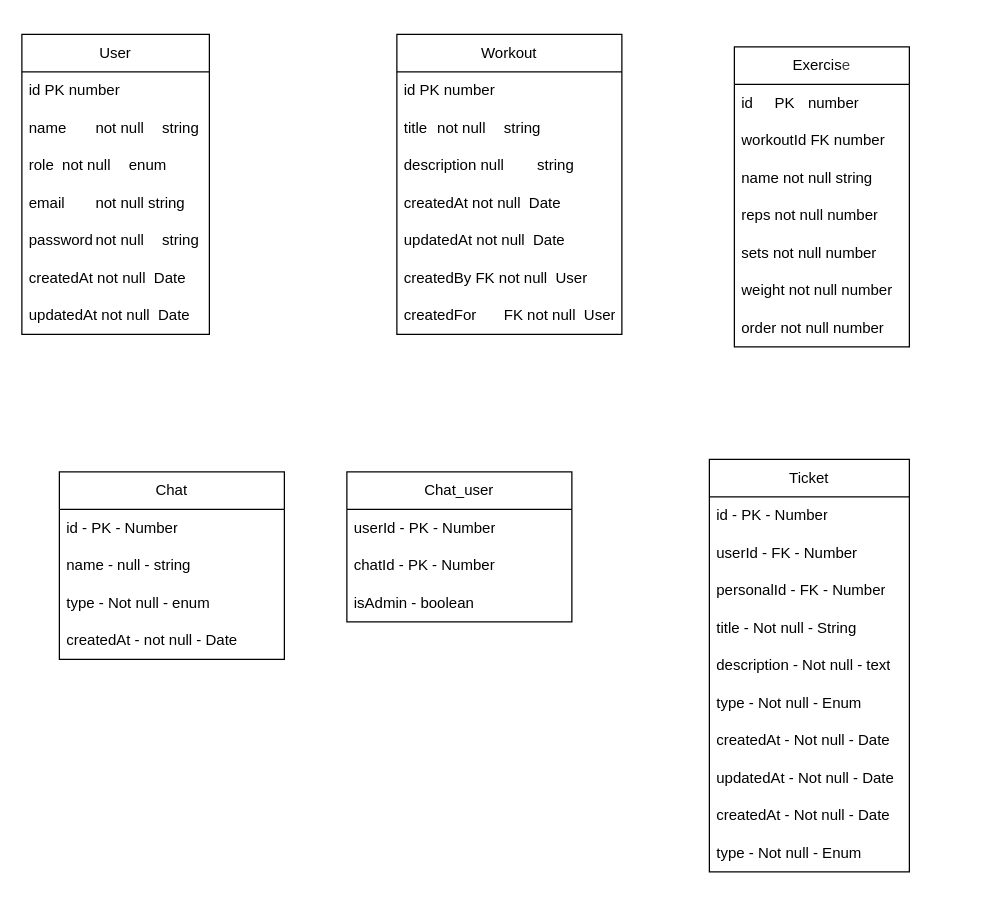
Earlier version of the draw.io diagram backend/gymApp.drawio (ArthurArlaxy/ThinkFit). Source tidied: cells renumbered, new cells numbered last; positions are measured from the earlier drawing's top-left corner, leaving out a move shared by most shapes. Both pictures are drawn from the tidied source at 125%, with x=0, y=0 at pixel (21, 34).
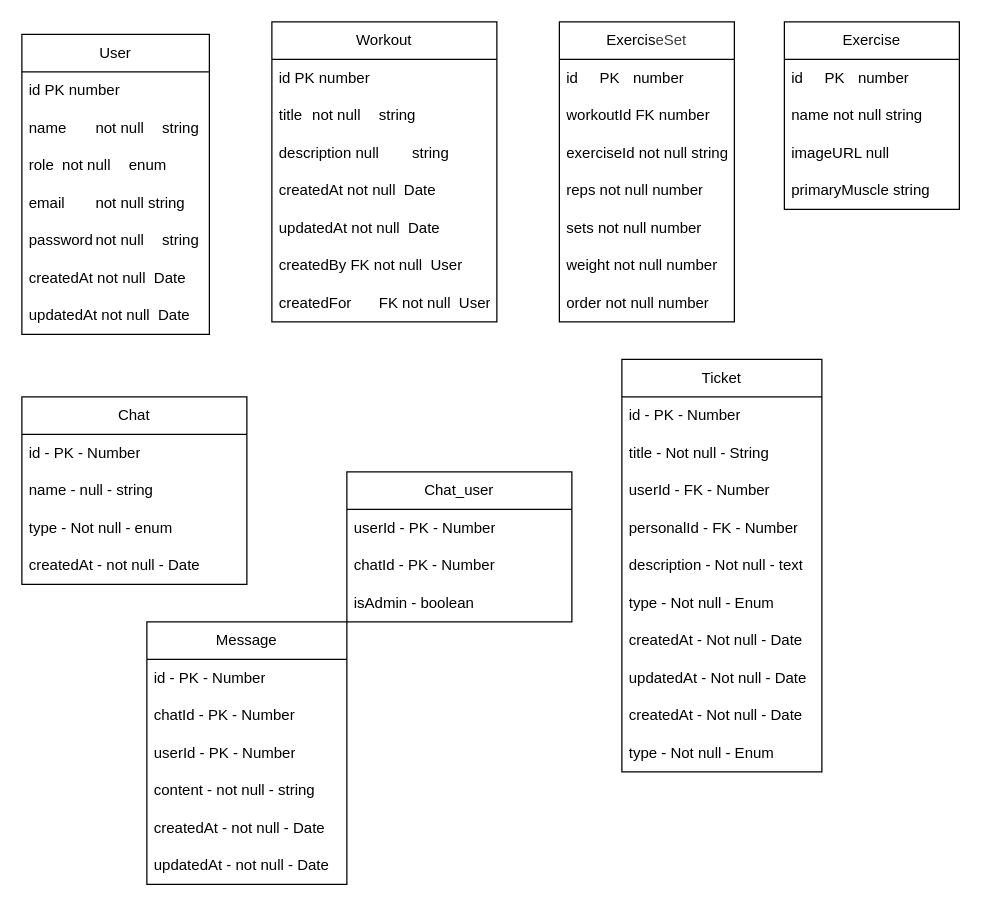
Above is the later version.

Commit message (it also covers changes not shown here):
Criando o banco

Inicializando o banco de dados utilizando o PrismaORM

What changed in the source:
```diff
@@
     <mxCell id="10" value="Workout" style="swimlane;fontStyle=0;horizontal=1;startSize=30;whiteSpace=wrap;html=1;" parent="1" vertex="1">
-      <mxGeometry x="300" width="180" height="240" as="geometry" />
+      <mxGeometry x="200" y="-10" width="180" height="240" as="geometry" />
     </mxCell>
@@
-    <mxCell id="18" value="Exercis&lt;span style=&quot;color: rgb(63, 63, 63); background-color: transparent;&quot;&gt;e&lt;/span&gt;" style="swimlane;fontStyle=0;horizontal=1;startSize=30;whiteSpace=wrap;html=1;" parent="1" vertex="1">
-      <mxGeometry x="570" y="10" width="140" height="240" as="geometry" />
+    <mxCell id="18" value="Exercis&lt;span style=&quot;color: rgb(63, 63, 63); background-color: transparent;&quot;&gt;eSet&lt;/span&gt;" style="swimlane;fontStyle=0;horizontal=1;startSize=30;whiteSpace=wrap;html=1;" parent="1" vertex="1">
+      <mxGeometry x="430" y="-10" width="140" height="240" as="geometry" />
     </mxCell>
@@
-    <mxCell id="21" value="name not null string" style="text;strokeColor=none;fillColor=none;align=left;verticalAlign=middle;spacingLeft=4;spacingRight=4;overflow=hidden;whiteSpace=wrap;html=1;" parent="18" vertex="1">
+    <mxCell id="21" value="exerciseId not null string" style="text;strokeColor=none;fillColor=none;align=left;verticalAlign=middle;spacingLeft=4;spacingRight=4;overflow=hidden;whiteSpace=wrap;html=1;" parent="18" vertex="1">
       <mxGeometry y="90" width="140" height="30" as="geometry" />
     </mxCell>
@@
     <mxCell id="26" value="Chat" style="swimlane;fontStyle=0;horizontal=1;startSize=30;whiteSpace=wrap;html=1;" parent="1" vertex="1">
-      <mxGeometry x="30" y="350" width="180" height="150" as="geometry" />
+      <mxGeometry y="290" width="180" height="150" as="geometry" />
     </mxCell>
@@
     <mxCell id="35" value="Ticket" style="swimlane;fontStyle=0;horizontal=1;startSize=30;whiteSpace=wrap;html=1;" parent="1" vertex="1">
-      <mxGeometry x="550" y="340" width="160" height="330" as="geometry" />
+      <mxGeometry x="480" y="260" width="160" height="330" as="geometry" />
     </mxCell>
@@
+    <mxCell id="39" value="title - Not null - String" style="text;strokeColor=none;fillColor=none;align=left;verticalAlign=middle;spacingLeft=4;spacingRight=4;overflow=hidden;whiteSpace=wrap;html=1;" parent="35" vertex="1">
+      <mxGeometry y="60" width="160" height="30" as="geometry" />
+    </mxCell>
     <mxCell id="37" value="userId - FK - Number" style="text;strokeColor=none;fillColor=none;align=left;verticalAlign=middle;spacingLeft=4;spacingRight=4;overflow=hidden;whiteSpace=wrap;html=1;" parent="35" vertex="1">
-      <mxGeometry y="60" width="160" height="30" as="geometry" />
+      <mxGeometry y="90" width="160" height="30" as="geometry" />
     </mxCell>
     <mxCell id="38" value="personalId - FK - Number" style="text;strokeColor=none;fillColor=none;align=left;verticalAlign=middle;spacingLeft=4;spacingRight=4;overflow=hidden;whiteSpace=wrap;html=1;" parent="35" vertex="1">
-      <mxGeometry y="90" width="160" height="30" as="geometry" />
+      <mxGeometry y="120" width="160" height="30" as="geometry" />
     </mxCell>
-    <mxCell id="39" value="title - Not null - String" style="text;strokeColor=none;fillColor=none;align=left;verticalAlign=middle;spacingLeft=4;spacingRight=4;overflow=hidden;whiteSpace=wrap;html=1;" parent="35" vertex="1">
-      <mxGeometry y="120" width="160" height="30" as="geometry" />
-    </mxCell>
@@
+    <mxCell id="46" value="Exercise" style="swimlane;fontStyle=0;horizontal=1;startSize=30;whiteSpace=wrap;html=1;" parent="1" vertex="1">
+      <mxGeometry x="610" y="-10" width="140" height="150" as="geometry" />
+    </mxCell>
+    <mxCell id="47" value="id&lt;span style=&quot;white-space: pre;&quot;&gt;&#9;&lt;/span&gt;PK&amp;nbsp;&lt;span style=&quot;white-space: pre;&quot;&gt;&#9;&lt;/span&gt;number" style="text;strokeColor=none;fillColor=none;align=left;verticalAlign=middle;spacingLeft=4;spacingRight=4;overflow=hidden;whiteSpace=wrap;html=1;" parent="46" vertex="1">
+      <mxGeometry y="30" width="140" height="30" as="geometry" />
+    </mxCell>
+    <mxCell id="48" value="name not null string" style="text;strokeColor=none;fillColor=none;align=left;verticalAlign=middle;spacingLeft=4;spacingRight=4;overflow=hidden;whiteSpace=wrap;html=1;" parent="46" vertex="1">
+      <mxGeometry y="60" width="140" height="30" as="geometry" />
+    </mxCell>
+    <mxCell id="49" value="imageURL null" style="text;strokeColor=none;fillColor=none;align=left;verticalAlign=middle;spacingLeft=4;spacingRight=4;overflow=hidden;whiteSpace=wrap;html=1;" parent="46" vertex="1">
+      <mxGeometry y="90" width="140" height="30" as="geometry" />
+    </mxCell>
+    <mxCell id="50" value="primaryMuscle string" style="text;strokeColor=none;fillColor=none;align=left;verticalAlign=middle;spacingLeft=4;spacingRight=4;overflow=hidden;whiteSpace=wrap;html=1;" parent="46" vertex="1">
+      <mxGeometry y="120" width="140" height="30" as="geometry" />
+    </mxCell>
+    <mxCell id="51" value="Message" style="swimlane;fontStyle=0;horizontal=1;startSize=30;whiteSpace=wrap;html=1;" parent="1" vertex="1">
+      <mxGeometry x="100" y="470" width="160" height="210" as="geometry" />
+    </mxCell>
+    <mxCell id="52" value="&lt;span style=&quot;color: rgb(0, 0, 0);&quot;&gt;id - PK - Number&lt;/span&gt;" style="text;strokeColor=none;fillColor=none;align=left;verticalAlign=middle;spacingLeft=4;spacingRight=4;overflow=hidden;whiteSpace=wrap;html=1;" parent="51" vertex="1">
+      <mxGeometry y="30" width="160" height="30" as="geometry" />
+    </mxCell>
+    <mxCell id="53" value="&lt;span style=&quot;color: rgb(0, 0, 0);&quot;&gt;chatId - PK - Number&amp;nbsp;&lt;/span&gt;" style="text;strokeColor=none;fillColor=none;align=left;verticalAlign=middle;spacingLeft=4;spacingRight=4;overflow=hidden;whiteSpace=wrap;html=1;" parent="51" vertex="1">
+      <mxGeometry y="60" width="160" height="30" as="geometry" />
+    </mxCell>
+    <mxCell id="54" value="&lt;span style=&quot;color: rgb(0, 0, 0);&quot;&gt;userId - PK - Number&lt;/span&gt;" style="text;strokeColor=none;fillColor=none;align=left;verticalAlign=middle;spacingLeft=4;spacingRight=4;overflow=hidden;whiteSpace=wrap;html=1;" parent="51" vertex="1">
+      <mxGeometry y="90" width="160" height="30" as="geometry" />
+    </mxCell>
+    <mxCell id="55" value="&lt;span style=&quot;color: rgb(0, 0, 0);&quot;&gt;content - not null - string&amp;nbsp;&lt;/span&gt;" style="text;strokeColor=none;fillColor=none;align=left;verticalAlign=middle;spacingLeft=4;spacingRight=4;overflow=hidden;whiteSpace=wrap;html=1;" parent="51" vertex="1">
+      <mxGeometry y="120" width="160" height="30" as="geometry" />
+    </mxCell>
+    <mxCell id="56" value="&lt;span style=&quot;color: rgb(0, 0, 0);&quot;&gt;createdAt - not null - Date&lt;/span&gt;" style="text;strokeColor=none;fillColor=none;align=left;verticalAlign=middle;spacingLeft=4;spacingRight=4;overflow=hidden;whiteSpace=wrap;html=1;" parent="51" vertex="1">
+      <mxGeometry y="150" width="160" height="30" as="geometry" />
+    </mxCell>
+    <mxCell id="57" value="&lt;span style=&quot;color: rgb(0, 0, 0);&quot;&gt;updatedAt - not null - Date&lt;/span&gt;" style="text;strokeColor=none;fillColor=none;align=left;verticalAlign=middle;spacingLeft=4;spacingRight=4;overflow=hidden;whiteSpace=wrap;html=1;" parent="51" vertex="1">
+      <mxGeometry y="180" width="160" height="30" as="geometry" />
+    </mxCell>
```
